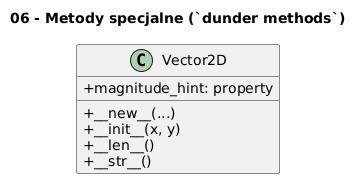
Earlier version of the PlantUML export src/_04-classes/06-special-methods/diagrams/topic_06.png (tborzyszkowski/python-programming). Its diagram source:
```plantuml
@startuml
skinparam classAttributeIconSize 0
        title 06 - Metody specjalne (`dunder methods`)
        class Vector2D {
  +__new__(...)
  +__init__(x, y)
  +__len__()
  +__str__()
  +magnitude_hint: property
}
@enduml
```
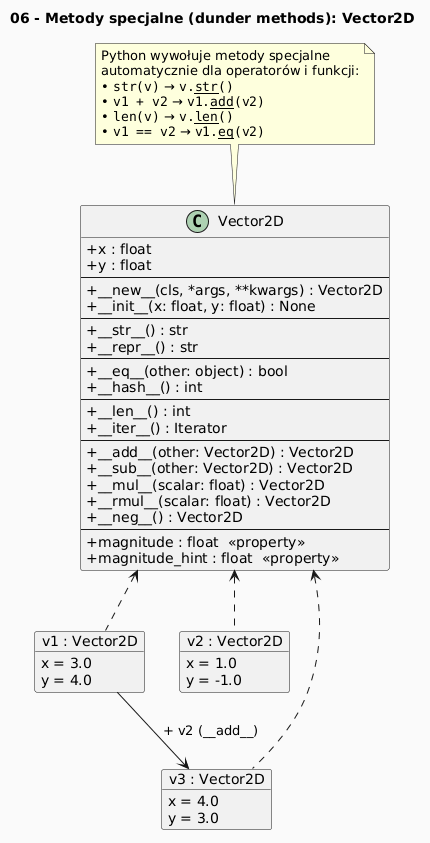
The same diagram one commit later.

Change to the diagram source:
```diff
@@ -1,11 +1,60 @@
 @startuml
 skinparam classAttributeIconSize 0
-        title 06 - Metody specjalne (`dunder methods`)
-        class Vector2D {
-  +__new__(...)
-  +__init__(x, y)
-  +__len__()
-  +__str__()
-  +magnitude_hint: property
+skinparam backgroundColor #FAFAFA
+title 06 - Metody specjalne (dunder methods): Vector2D
+
+class Vector2D {
+  + x : float
+  + y : float
+  --
+  + __new__(cls, *args, **kwargs) : Vector2D
+  + __init__(x: float, y: float) : None
+  --
+  + __str__() : str
+  + __repr__() : str
+  --
+  + __eq__(other: object) : bool
+  + __hash__() : int
+  --
+  + __len__() : int
+  + __iter__() : Iterator
+  --
+  + __add__(other: Vector2D) : Vector2D
+  + __sub__(other: Vector2D) : Vector2D
+  + __mul__(scalar: float) : Vector2D
+  + __rmul__(scalar: float) : Vector2D
+  + __neg__() : Vector2D
+  --
+  + magnitude : float  <<property>>
+  + magnitude_hint : float  <<property>>
 }
+
+note top of Vector2D
+  Python wywołuje metody specjalne
+  automatycznie dla operatorów i funkcji:
+  • ""str(v)"" → ""v.__str__()""
+  • ""v1 + v2"" → ""v1.__add__(v2)""
+  • ""len(v)"" → ""v.__len__()""
+  • ""v1 == v2"" → ""v1.__eq__(v2)""
+end note
+
+object "v1 : Vector2D" as v1 {
+  x = 3.0
+  y = 4.0
+}
+
+object "v2 : Vector2D" as v2 {
+  x = 1.0
+  y = -1.0
+}
+
+object "v3 : Vector2D" as v3 {
+  x = 4.0
+  y = 3.0
+}
+
+v1 --> v3 : + v2 (__add__)
+Vector2D <.. v1
+Vector2D <.. v2
+Vector2D <.. v3
 @enduml
```
